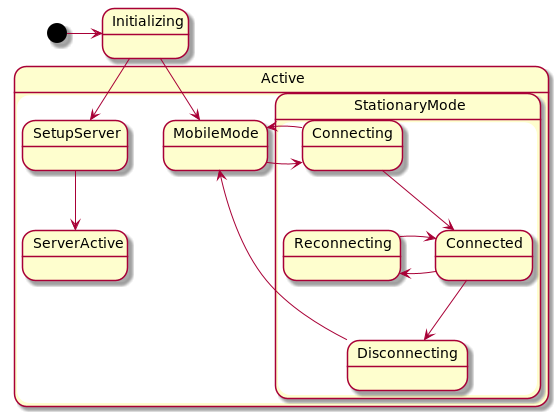
Earlier version of the PlantUML export designs/diagrams/esp-states.png (Safecast/bGeigieCast). Its diagram source:
```plantuml
@startuml

State Initializing
State Active

[*] -> Initializing

state Active {
    state SetupServer
    state ServerActive

    SetupServer -d-> ServerActive

    state MobileMode
    state StationaryMode

    state StationaryMode {
        state Connecting
        state Connected
        state Reconnecting
        state Disconnecting

        MobileMode -> Connecting
        Connecting --> Connected
        Connected --> Disconnecting
        Connected -> Reconnecting
        Reconnecting -> Connected

        Connecting -> MobileMode
        Disconnecting -> MobileMode

    }

    Initializing --> SetupServer
    Initializing --> MobileMode

}


@enduml
```
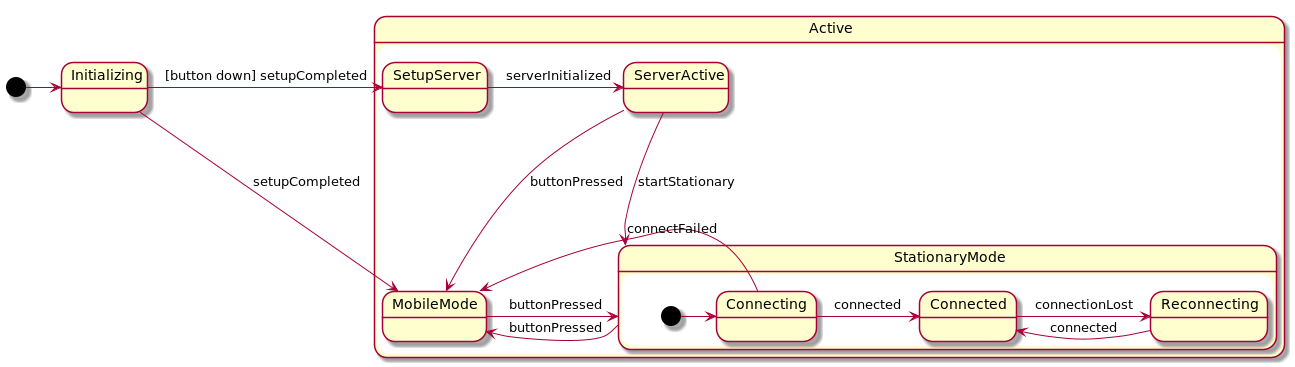
After the change.

Commit message:
update state diagram with transition and new idea for server

What changed in the source:
```diff
@@ -8,32 +8,32 @@
 state Active {
     state SetupServer
     state ServerActive
-
-    SetupServer -d-> ServerActive
-
+    state StationaryMode
     state MobileMode
-    state StationaryMode
 
     state StationaryMode {
         state Connecting
         state Connected
         state Reconnecting
-        state Disconnecting
 
-        MobileMode -> Connecting
-        Connecting --> Connected
-        Connected --> Disconnecting
-        Connected -> Reconnecting
-        Reconnecting -> Connected
+        [*] -> Connecting
+        Connecting -> Connected : connected
+        Connected -> Reconnecting : connectionLost
+        Reconnecting -l-> Connected : connected
 
-        Connecting -> MobileMode
-        Disconnecting -> MobileMode
+        Connecting -> MobileMode : connectFailed
 
     }
 
-    Initializing --> SetupServer
-    Initializing --> MobileMode
+    Initializing -> MobileMode : setupCompleted
+    Initializing -> SetupServer : [button down] setupCompleted
 
+    SetupServer -> ServerActive : serverInitialized
+    ServerActive --> MobileMode : buttonPressed
+    ServerActive --> StationaryMode : startStationary
+
+    MobileMode -> StationaryMode : buttonPressed
+    StationaryMode --> MobileMode : buttonPressed
 }
 
 
```
